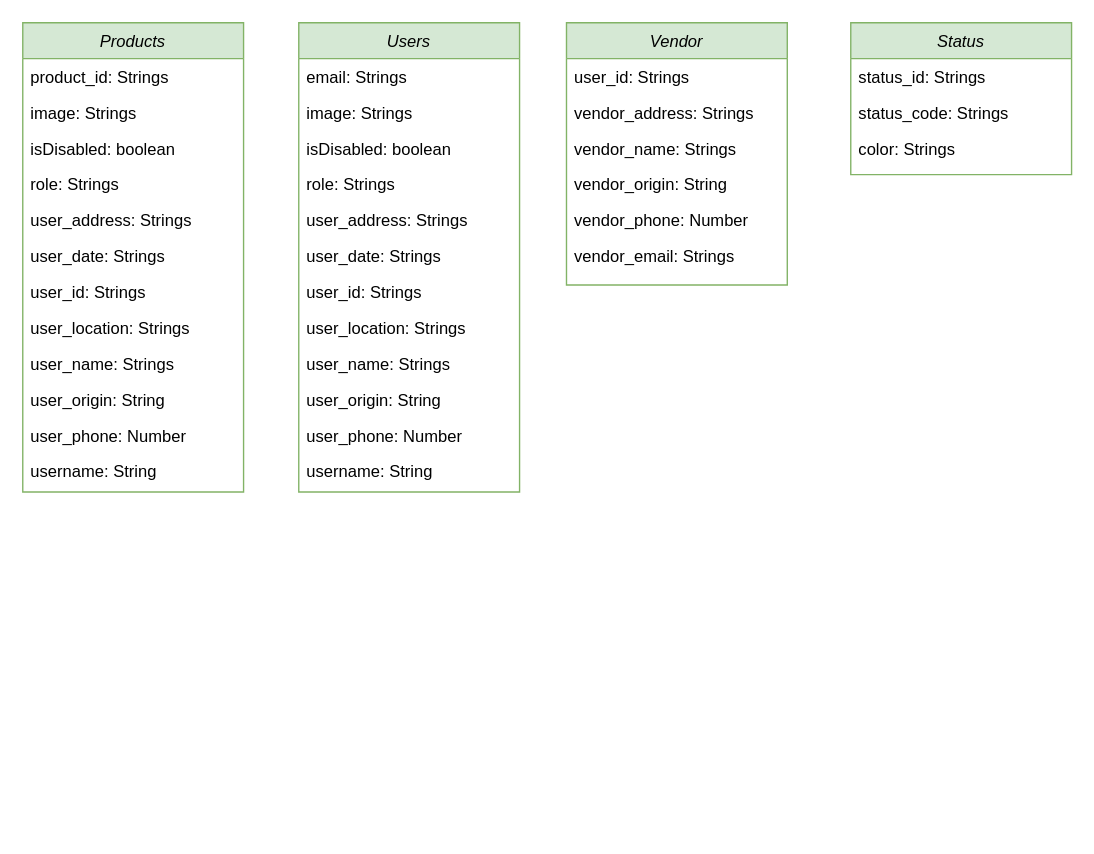
Above: database.drawio in nhuthinh0258/Usecase (draw.io), before the change. Source tidied: cells renumbered, new cells numbered last; positions are measured from the earlier drawing's top-left corner, leaving out a move shared by most shapes. Both pictures are drawn from the tidied source at 138%, with x=0, y=0 at pixel (22, 22).
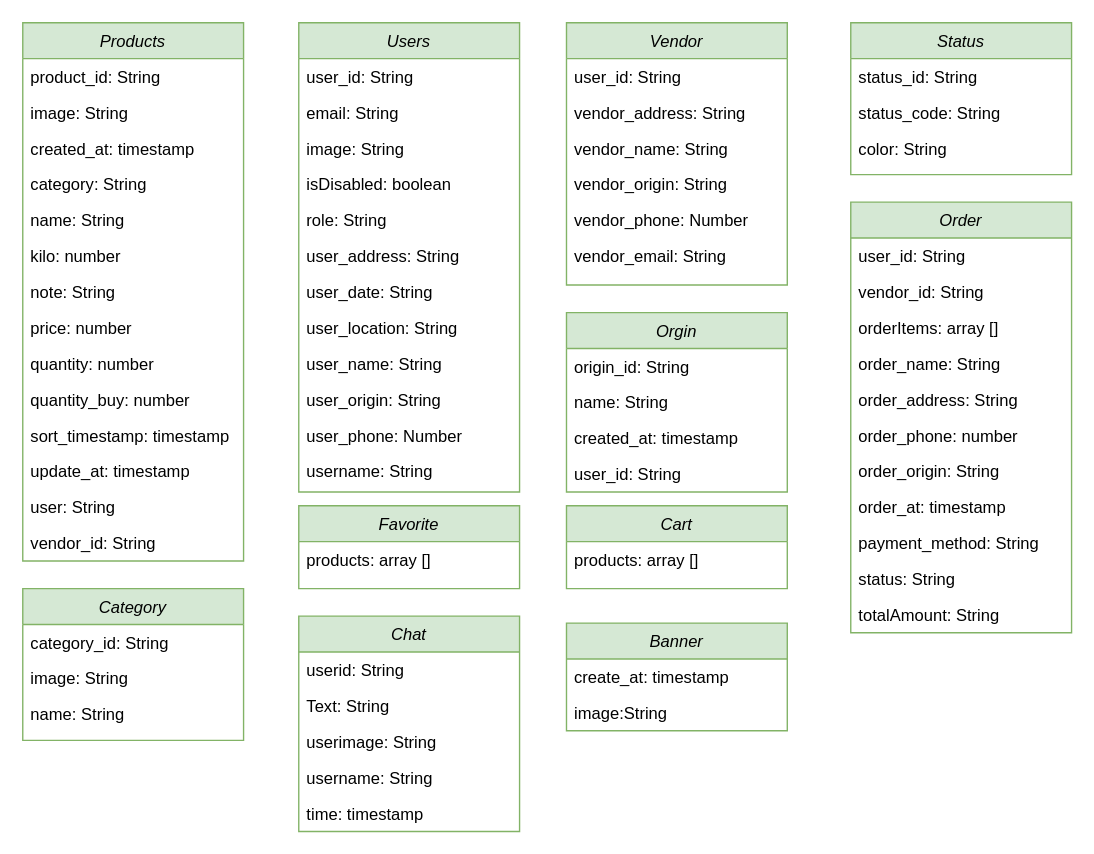
Above is the later version.

Commit message:
Cập nhật database.drawio

The change refers to these unchanged cells:
```xml
<mxCell id="2" value="Users" style="swimlane;fontStyle=2;align=center;verticalAlign=top;horizontal=1;startSize=26;rounded=0;shadow=0;strokeWidth=1;labelBackgroundColor=none;labelBorderColor=none;fillColor=#d5e8d4;strokeColor=#82b366;" parent="1" vertex="1">
  <mxGeometry x="200" width="160" height="340" as="geometry" />
</mxCell>
<mxCell id="15" value="Vendor" style="swimlane;fontStyle=2;align=center;verticalAlign=top;horizontal=1;startSize=26;rounded=0;shadow=0;strokeWidth=1;labelBackgroundColor=none;labelBorderColor=none;fillColor=#d5e8d4;strokeColor=#82b366;" parent="1" vertex="1">
  <mxGeometry x="394" width="160" height="190" as="geometry" />
</mxCell>
<mxCell id="22" value="Status" style="swimlane;fontStyle=2;align=center;verticalAlign=top;horizontal=1;startSize=26;rounded=0;shadow=0;strokeWidth=1;labelBackgroundColor=none;labelBorderColor=none;fillColor=#d5e8d4;strokeColor=#82b366;" parent="1" vertex="1">
  <mxGeometry x="600" width="160" height="110" as="geometry" />
</mxCell>
```

The edit, as a diff of the source:
```diff
@@
+    <mxCell id="9" value="user_id: String" style="text;align=left;verticalAlign=top;spacingLeft=4;spacingRight=4;overflow=hidden;rounded=0;shadow=0;html=0;" parent="2" vertex="1">
+      <mxGeometry y="26" width="160" height="26" as="geometry" />
+    </mxCell>
-    <mxCell id="3" value="email: Strings" style="text;align=left;verticalAlign=top;spacingLeft=4;spacingRight=4;overflow=hidden;rounded=0;shadow=0;html=0;" parent="2" vertex="1">
-      <mxGeometry y="26" width="160" height="26" as="geometry" />
+    <mxCell id="3" value="email: String" style="text;align=left;verticalAlign=top;spacingLeft=4;spacingRight=4;overflow=hidden;rounded=0;shadow=0;html=0;" parent="2" vertex="1">
+      <mxGeometry y="52" width="160" height="26" as="geometry" />
     </mxCell>
-    <mxCell id="4" value="image: Strings" style="text;align=left;verticalAlign=top;spacingLeft=4;spacingRight=4;overflow=hidden;" parent="2" vertex="1">
-      <mxGeometry y="52" width="160" height="26" as="geometry" />
+    <mxCell id="4" value="image: String" style="text;align=left;verticalAlign=top;spacingLeft=4;spacingRight=4;overflow=hidden;" parent="2" vertex="1">
+      <mxGeometry y="78" width="160" height="26" as="geometry" />
     </mxCell>
     <mxCell id="5" value="isDisabled: boolean" style="text;align=left;verticalAlign=top;spacingLeft=4;spacingRight=4;overflow=hidden;rounded=0;shadow=0;html=0;" parent="2" vertex="1">
-      <mxGeometry y="78" width="160" height="26" as="geometry" />
+      <mxGeometry y="104" width="160" height="26" as="geometry" />
     </mxCell>
-    <mxCell id="6" value="role: Strings" style="text;align=left;verticalAlign=top;spacingLeft=4;spacingRight=4;overflow=hidden;rounded=0;shadow=0;html=0;" parent="2" vertex="1">
-      <mxGeometry y="104" width="160" height="26" as="geometry" />
+    <mxCell id="6" value="role: String" style="text;align=left;verticalAlign=top;spacingLeft=4;spacingRight=4;overflow=hidden;rounded=0;shadow=0;html=0;" parent="2" vertex="1">
+      <mxGeometry y="130" width="160" height="26" as="geometry" />
     </mxCell>
-    <mxCell id="7" value="user_address: Strings" style="text;align=left;verticalAlign=top;spacingLeft=4;spacingRight=4;overflow=hidden;rounded=0;shadow=0;html=0;" parent="2" vertex="1">
-      <mxGeometry y="130" width="160" height="26" as="geometry" />
+    <mxCell id="7" value="user_address: String" style="text;align=left;verticalAlign=top;spacingLeft=4;spacingRight=4;overflow=hidden;rounded=0;shadow=0;html=0;" parent="2" vertex="1">
+      <mxGeometry y="156" width="160" height="26" as="geometry" />
     </mxCell>
-    <mxCell id="8" value="user_date: Strings" style="text;align=left;verticalAlign=top;spacingLeft=4;spacingRight=4;overflow=hidden;rounded=0;shadow=0;html=0;" parent="2" vertex="1">
-      <mxGeometry y="156" width="160" height="26" as="geometry" />
+    <mxCell id="8" value="user_date: String" style="text;align=left;verticalAlign=top;spacingLeft=4;spacingRight=4;overflow=hidden;rounded=0;shadow=0;html=0;" parent="2" vertex="1">
+      <mxGeometry y="182" width="160" height="26" as="geometry" />
     </mxCell>
-    <mxCell id="9" value="user_id: Strings" style="text;align=left;verticalAlign=top;spacingLeft=4;spacingRight=4;overflow=hidden;rounded=0;shadow=0;html=0;" parent="2" vertex="1">
-      <mxGeometry y="182" width="160" height="26" as="geometry" />
-    </mxCell>
-    <mxCell id="10" value="user_location: Strings" style="text;align=left;verticalAlign=top;spacingLeft=4;spacingRight=4;overflow=hidden;rounded=0;shadow=0;html=0;" parent="2" vertex="1">
+    <mxCell id="10" value="user_location: String" style="text;align=left;verticalAlign=top;spacingLeft=4;spacingRight=4;overflow=hidden;rounded=0;shadow=0;html=0;" parent="2" vertex="1">
       <mxGeometry y="208" width="160" height="26" as="geometry" />
     </mxCell>
-    <mxCell id="11" value="user_name: Strings" style="text;align=left;verticalAlign=top;spacingLeft=4;spacingRight=4;overflow=hidden;rounded=0;shadow=0;html=0;" parent="2" vertex="1">
+    <mxCell id="11" value="user_name: String" style="text;align=left;verticalAlign=top;spacingLeft=4;spacingRight=4;overflow=hidden;rounded=0;shadow=0;html=0;" parent="2" vertex="1">
       <mxGeometry y="234" width="160" height="26" as="geometry" />
     </mxCell>
@@
-    <mxCell id="16" value="user_id: Strings" style="text;align=left;verticalAlign=top;spacingLeft=4;spacingRight=4;overflow=hidden;rounded=0;shadow=0;html=0;" parent="15" vertex="1">
+    <mxCell id="16" value="user_id: String" style="text;align=left;verticalAlign=top;spacingLeft=4;spacingRight=4;overflow=hidden;rounded=0;shadow=0;html=0;" parent="15" vertex="1">
       <mxGeometry y="26" width="160" height="26" as="geometry" />
     </mxCell>
-    <mxCell id="17" value="vendor_address: Strings" style="text;align=left;verticalAlign=top;spacingLeft=4;spacingRight=4;overflow=hidden;rounded=0;shadow=0;html=0;" parent="15" vertex="1">
+    <mxCell id="17" value="vendor_address: String" style="text;align=left;verticalAlign=top;spacingLeft=4;spacingRight=4;overflow=hidden;rounded=0;shadow=0;html=0;" parent="15" vertex="1">
       <mxGeometry y="52" width="160" height="26" as="geometry" />
     </mxCell>
-    <mxCell id="18" value="vendor_name: Strings" style="text;align=left;verticalAlign=top;spacingLeft=4;spacingRight=4;overflow=hidden;rounded=0;shadow=0;html=0;" parent="15" vertex="1">
+    <mxCell id="18" value="vendor_name: String" style="text;align=left;verticalAlign=top;spacingLeft=4;spacingRight=4;overflow=hidden;rounded=0;shadow=0;html=0;" parent="15" vertex="1">
       <mxGeometry y="78" width="160" height="26" as="geometry" />
     </mxCell>
@@
-    <mxCell id="21" value="vendor_email: Strings" style="text;align=left;verticalAlign=top;spacingLeft=4;spacingRight=4;overflow=hidden;rounded=0;shadow=0;html=0;" parent="15" vertex="1">
+    <mxCell id="21" value="vendor_email: String" style="text;align=left;verticalAlign=top;spacingLeft=4;spacingRight=4;overflow=hidden;rounded=0;shadow=0;html=0;" parent="15" vertex="1">
       <mxGeometry y="156" width="160" height="26" as="geometry" />
     </mxCell>
@@
-    <mxCell id="23" value="status_id: Strings" style="text;align=left;verticalAlign=top;spacingLeft=4;spacingRight=4;overflow=hidden;rounded=0;shadow=0;html=0;" parent="22" vertex="1">
+    <mxCell id="23" value="status_id: String" style="text;align=left;verticalAlign=top;spacingLeft=4;spacingRight=4;overflow=hidden;rounded=0;shadow=0;html=0;" parent="22" vertex="1">
       <mxGeometry y="26" width="160" height="26" as="geometry" />
     </mxCell>
-    <mxCell id="24" value="status_code: Strings" style="text;align=left;verticalAlign=top;spacingLeft=4;spacingRight=4;overflow=hidden;rounded=0;shadow=0;html=0;" parent="22" vertex="1">
+    <mxCell id="24" value="status_code: String" style="text;align=left;verticalAlign=top;spacingLeft=4;spacingRight=4;overflow=hidden;rounded=0;shadow=0;html=0;" parent="22" vertex="1">
       <mxGeometry y="52" width="160" height="26" as="geometry" />
     </mxCell>
-    <mxCell id="25" value="color: Strings" style="text;align=left;verticalAlign=top;spacingLeft=4;spacingRight=4;overflow=hidden;rounded=0;shadow=0;html=0;" parent="22" vertex="1">
+    <mxCell id="25" value="color: String" style="text;align=left;verticalAlign=top;spacingLeft=4;spacingRight=4;overflow=hidden;rounded=0;shadow=0;html=0;" parent="22" vertex="1">
       <mxGeometry y="78" width="160" height="26" as="geometry" />
     </mxCell>
     <mxCell id="26" value="Products" style="swimlane;fontStyle=2;align=center;verticalAlign=top;horizontal=1;startSize=26;rounded=0;shadow=0;strokeWidth=1;labelBackgroundColor=none;labelBorderColor=none;fillColor=#d5e8d4;strokeColor=#82b366;" parent="1" vertex="1">
-      <mxGeometry width="160" height="340" as="geometry" />
+      <mxGeometry width="160" height="390" as="geometry" />
     </mxCell>
-    <mxCell id="27" value="product_id: Strings" style="text;align=left;verticalAlign=top;spacingLeft=4;spacingRight=4;overflow=hidden;rounded=0;shadow=0;html=0;" parent="26" vertex="1">
+    <mxCell id="27" value="product_id: String" style="text;align=left;verticalAlign=top;spacingLeft=4;spacingRight=4;overflow=hidden;rounded=0;shadow=0;html=0;" parent="26" vertex="1">
       <mxGeometry y="26" width="160" height="26" as="geometry" />
     </mxCell>
-    <mxCell id="28" value="image: Strings" style="text;align=left;verticalAlign=top;spacingLeft=4;spacingRight=4;overflow=hidden;" parent="26" vertex="1">
+    <mxCell id="28" value="image: String" style="text;align=left;verticalAlign=top;spacingLeft=4;spacingRight=4;overflow=hidden;" parent="26" vertex="1">
       <mxGeometry y="52" width="160" height="26" as="geometry" />
     </mxCell>
-    <mxCell id="29" value="isDisabled: boolean" style="text;align=left;verticalAlign=top;spacingLeft=4;spacingRight=4;overflow=hidden;rounded=0;shadow=0;html=0;" parent="26" vertex="1">
+    <mxCell id="29" value="created_at: timestamp" style="text;align=left;verticalAlign=top;spacingLeft=4;spacingRight=4;overflow=hidden;rounded=0;shadow=0;html=0;" parent="26" vertex="1">
       <mxGeometry y="78" width="160" height="26" as="geometry" />
     </mxCell>
-    <mxCell id="30" value="role: Strings" style="text;align=left;verticalAlign=top;spacingLeft=4;spacingRight=4;overflow=hidden;rounded=0;shadow=0;html=0;" parent="26" vertex="1">
+    <mxCell id="30" value="category: String" style="text;align=left;verticalAlign=top;spacingLeft=4;spacingRight=4;overflow=hidden;rounded=0;shadow=0;html=0;" parent="26" vertex="1">
       <mxGeometry y="104" width="160" height="26" as="geometry" />
     </mxCell>
-    <mxCell id="31" value="user_address: Strings" style="text;align=left;verticalAlign=top;spacingLeft=4;spacingRight=4;overflow=hidden;rounded=0;shadow=0;html=0;" parent="26" vertex="1">
+    <mxCell id="31" value="name: String" style="text;align=left;verticalAlign=top;spacingLeft=4;spacingRight=4;overflow=hidden;rounded=0;shadow=0;html=0;" parent="26" vertex="1">
       <mxGeometry y="130" width="160" height="26" as="geometry" />
     </mxCell>
-    <mxCell id="32" value="user_date: Strings" style="text;align=left;verticalAlign=top;spacingLeft=4;spacingRight=4;overflow=hidden;rounded=0;shadow=0;html=0;" parent="26" vertex="1">
+    <mxCell id="32" value="kilo: number" style="text;align=left;verticalAlign=top;spacingLeft=4;spacingRight=4;overflow=hidden;rounded=0;shadow=0;html=0;" parent="26" vertex="1">
       <mxGeometry y="156" width="160" height="26" as="geometry" />
     </mxCell>
-    <mxCell id="33" value="user_id: Strings" style="text;align=left;verticalAlign=top;spacingLeft=4;spacingRight=4;overflow=hidden;rounded=0;shadow=0;html=0;" parent="26" vertex="1">
+    <mxCell id="33" value="note: String" style="text;align=left;verticalAlign=top;spacingLeft=4;spacingRight=4;overflow=hidden;rounded=0;shadow=0;html=0;" parent="26" vertex="1">
       <mxGeometry y="182" width="160" height="26" as="geometry" />
     </mxCell>
-    <mxCell id="34" value="user_location: Strings" style="text;align=left;verticalAlign=top;spacingLeft=4;spacingRight=4;overflow=hidden;rounded=0;shadow=0;html=0;" parent="26" vertex="1">
+    <mxCell id="34" value="price: number" style="text;align=left;verticalAlign=top;spacingLeft=4;spacingRight=4;overflow=hidden;rounded=0;shadow=0;html=0;" parent="26" vertex="1">
       <mxGeometry y="208" width="160" height="26" as="geometry" />
     </mxCell>
-    <mxCell id="35" value="user_name: Strings" style="text;align=left;verticalAlign=top;spacingLeft=4;spacingRight=4;overflow=hidden;rounded=0;shadow=0;html=0;" parent="26" vertex="1">
+    <mxCell id="35" value="quantity: number" style="text;align=left;verticalAlign=top;spacingLeft=4;spacingRight=4;overflow=hidden;rounded=0;shadow=0;html=0;" parent="26" vertex="1">
       <mxGeometry y="234" width="160" height="26" as="geometry" />
     </mxCell>
-    <mxCell id="36" value="user_origin: String" style="text;align=left;verticalAlign=top;spacingLeft=4;spacingRight=4;overflow=hidden;rounded=0;shadow=0;html=0;" parent="26" vertex="1">
+    <mxCell id="36" value="quantity_buy: number" style="text;align=left;verticalAlign=top;spacingLeft=4;spacingRight=4;overflow=hidden;rounded=0;shadow=0;html=0;" parent="26" vertex="1">
       <mxGeometry y="260" width="160" height="26" as="geometry" />
     </mxCell>
-    <mxCell id="37" value="user_phone: Number" style="text;align=left;verticalAlign=top;spacingLeft=4;spacingRight=4;overflow=hidden;rounded=0;shadow=0;html=0;" parent="26" vertex="1">
+    <mxCell id="37" value="sort_timestamp: timestamp" style="text;align=left;verticalAlign=top;spacingLeft=4;spacingRight=4;overflow=hidden;rounded=0;shadow=0;html=0;" parent="26" vertex="1">
       <mxGeometry y="286" width="160" height="26" as="geometry" />
     </mxCell>
-    <mxCell id="38" value="username: String" style="text;align=left;verticalAlign=top;spacingLeft=4;spacingRight=4;overflow=hidden;rounded=0;shadow=0;html=0;" parent="26" vertex="1">
+    <mxCell id="38" value="update_at: timestamp" style="text;align=left;verticalAlign=top;spacingLeft=4;spacingRight=4;overflow=hidden;rounded=0;shadow=0;html=0;" parent="26" vertex="1">
       <mxGeometry y="312" width="160" height="26" as="geometry" />
     </mxCell>
+    <mxCell id="39" value="user: String" style="text;align=left;verticalAlign=top;spacingLeft=4;spacingRight=4;overflow=hidden;rounded=0;shadow=0;html=0;" parent="26" vertex="1">
+      <mxGeometry y="338" width="160" height="26" as="geometry" />
+    </mxCell>
+    <mxCell id="40" value="vendor_id: String" style="text;align=left;verticalAlign=top;spacingLeft=4;spacingRight=4;overflow=hidden;rounded=0;shadow=0;html=0;" parent="26" vertex="1">
+      <mxGeometry y="364" width="160" height="26" as="geometry" />
+    </mxCell>
+    <mxCell id="41" value="Orgin" style="swimlane;fontStyle=2;align=center;verticalAlign=top;horizontal=1;startSize=26;rounded=0;shadow=0;strokeWidth=1;labelBackgroundColor=none;labelBorderColor=none;fillColor=#d5e8d4;strokeColor=#82b366;" parent="1" vertex="1">
+      <mxGeometry x="394" y="210" width="160" height="130" as="geometry" />
+    </mxCell>
+    <mxCell id="42" value="origin_id: String" style="text;align=left;verticalAlign=top;spacingLeft=4;spacingRight=4;overflow=hidden;rounded=0;shadow=0;html=0;" parent="41" vertex="1">
+      <mxGeometry y="26" width="160" height="26" as="geometry" />
+    </mxCell>
+    <mxCell id="43" value="name: String" style="text;align=left;verticalAlign=top;spacingLeft=4;spacingRight=4;overflow=hidden;rounded=0;shadow=0;html=0;" parent="41" vertex="1">
+      <mxGeometry y="52" width="160" height="26" as="geometry" />
+    </mxCell>
+    <mxCell id="44" value="created_at: timestamp" style="text;align=left;verticalAlign=top;spacingLeft=4;spacingRight=4;overflow=hidden;rounded=0;shadow=0;html=0;" parent="41" vertex="1">
+      <mxGeometry y="78" width="160" height="26" as="geometry" />
+    </mxCell>
+    <mxCell id="45" value="user_id: String" style="text;align=left;verticalAlign=top;spacingLeft=4;spacingRight=4;overflow=hidden;rounded=0;shadow=0;html=0;" parent="41" vertex="1">
+      <mxGeometry y="104" width="160" height="26" as="geometry" />
+    </mxCell>
+    <mxCell id="46" value="Order" style="swimlane;fontStyle=2;align=center;verticalAlign=top;horizontal=1;startSize=26;rounded=0;shadow=0;strokeWidth=1;labelBackgroundColor=none;labelBorderColor=none;fillColor=#d5e8d4;strokeColor=#82b366;" parent="1" vertex="1">
+      <mxGeometry x="600" y="130" width="160" height="312" as="geometry" />
+    </mxCell>
+    <mxCell id="47" value="user_id: String" style="text;align=left;verticalAlign=top;spacingLeft=4;spacingRight=4;overflow=hidden;rounded=0;shadow=0;html=0;" parent="46" vertex="1">
+      <mxGeometry y="26" width="160" height="26" as="geometry" />
+    </mxCell>
+    <mxCell id="48" value="vendor_id: String" style="text;align=left;verticalAlign=top;spacingLeft=4;spacingRight=4;overflow=hidden;rounded=0;shadow=0;html=0;" parent="46" vertex="1">
+      <mxGeometry y="52" width="160" height="26" as="geometry" />
+    </mxCell>
+    <mxCell id="49" value="orderItems: array []" style="text;align=left;verticalAlign=top;spacingLeft=4;spacingRight=4;overflow=hidden;rounded=0;shadow=0;html=0;" parent="46" vertex="1">
+      <mxGeometry y="78" width="160" height="26" as="geometry" />
+    </mxCell>
+    <mxCell id="50" value="order_name: String" style="text;align=left;verticalAlign=top;spacingLeft=4;spacingRight=4;overflow=hidden;rounded=0;shadow=0;html=0;" parent="46" vertex="1">
+      <mxGeometry y="104" width="160" height="26" as="geometry" />
+    </mxCell>
+    <mxCell id="51" value="order_address: String" style="text;align=left;verticalAlign=top;spacingLeft=4;spacingRight=4;overflow=hidden;rounded=0;shadow=0;html=0;" parent="46" vertex="1">
+      <mxGeometry y="130" width="160" height="26" as="geometry" />
+    </mxCell>
+    <mxCell id="52" value="order_phone: number" style="text;align=left;verticalAlign=top;spacingLeft=4;spacingRight=4;overflow=hidden;rounded=0;shadow=0;html=0;" parent="46" vertex="1">
+      <mxGeometry y="156" width="160" height="26" as="geometry" />
+    </mxCell>
+    <mxCell id="53" value="order_origin: String" style="text;align=left;verticalAlign=top;spacingLeft=4;spacingRight=4;overflow=hidden;rounded=0;shadow=0;html=0;" parent="46" vertex="1">
+      <mxGeometry y="182" width="160" height="26" as="geometry" />
+    </mxCell>
+    <mxCell id="54" value="order_at: timestamp" style="text;align=left;verticalAlign=top;spacingLeft=4;spacingRight=4;overflow=hidden;rounded=0;shadow=0;html=0;" parent="46" vertex="1">
+      <mxGeometry y="208" width="160" height="26" as="geometry" />
+    </mxCell>
+    <mxCell id="55" value="payment_method: String" style="text;align=left;verticalAlign=top;spacingLeft=4;spacingRight=4;overflow=hidden;rounded=0;shadow=0;html=0;" parent="46" vertex="1">
+      <mxGeometry y="234" width="160" height="26" as="geometry" />
+    </mxCell>
+    <mxCell id="56" value="status: String" style="text;align=left;verticalAlign=top;spacingLeft=4;spacingRight=4;overflow=hidden;rounded=0;shadow=0;html=0;" parent="46" vertex="1">
+      <mxGeometry y="260" width="160" height="26" as="geometry" />
+    </mxCell>
+    <mxCell id="57" value="totalAmount: String" style="text;align=left;verticalAlign=top;spacingLeft=4;spacingRight=4;overflow=hidden;rounded=0;shadow=0;html=0;" parent="46" vertex="1">
+      <mxGeometry y="286" width="160" height="26" as="geometry" />
+    </mxCell>
+    <mxCell id="58" value="Favorite" style="swimlane;fontStyle=2;align=center;verticalAlign=top;horizontal=1;startSize=26;rounded=0;shadow=0;strokeWidth=1;labelBackgroundColor=none;labelBorderColor=none;fillColor=#d5e8d4;strokeColor=#82b366;" parent="1" vertex="1">
+      <mxGeometry x="200" y="350" width="160" height="60" as="geometry" />
+    </mxCell>
+    <mxCell id="59" value="products: array []" style="text;align=left;verticalAlign=top;spacingLeft=4;spacingRight=4;overflow=hidden;rounded=0;shadow=0;html=0;" parent="58" vertex="1">
+      <mxGeometry y="26" width="160" height="26" as="geometry" />
+    </mxCell>
+    <mxCell id="60" value="Chat" style="swimlane;fontStyle=2;align=center;verticalAlign=top;horizontal=1;startSize=26;rounded=0;shadow=0;strokeWidth=1;labelBackgroundColor=none;labelBorderColor=none;fillColor=#d5e8d4;strokeColor=#82b366;" parent="1" vertex="1">
+      <mxGeometry x="200" y="430" width="160" height="156" as="geometry" />
+    </mxCell>
+    <mxCell id="61" value="userid: String" style="text;align=left;verticalAlign=top;spacingLeft=4;spacingRight=4;overflow=hidden;rounded=0;shadow=0;html=0;" parent="60" vertex="1">
+      <mxGeometry y="26" width="160" height="26" as="geometry" />
+    </mxCell>
+    <mxCell id="62" value="Text: String" style="text;align=left;verticalAlign=top;spacingLeft=4;spacingRight=4;overflow=hidden;rounded=0;shadow=0;html=0;" parent="60" vertex="1">
+      <mxGeometry y="52" width="160" height="26" as="geometry" />
+    </mxCell>
+    <mxCell id="63" value="userimage: String" style="text;align=left;verticalAlign=top;spacingLeft=4;spacingRight=4;overflow=hidden;rounded=0;shadow=0;html=0;" parent="60" vertex="1">
+      <mxGeometry y="78" width="160" height="26" as="geometry" />
+    </mxCell>
+    <mxCell id="64" value="username: String" style="text;align=left;verticalAlign=top;spacingLeft=4;spacingRight=4;overflow=hidden;rounded=0;shadow=0;html=0;" parent="60" vertex="1">
+      <mxGeometry y="104" width="160" height="26" as="geometry" />
+    </mxCell>
+    <mxCell id="65" value="time: timestamp" style="text;align=left;verticalAlign=top;spacingLeft=4;spacingRight=4;overflow=hidden;rounded=0;shadow=0;html=0;" parent="60" vertex="1">
+      <mxGeometry y="130" width="160" height="26" as="geometry" />
+    </mxCell>
+    <mxCell id="66" value="Category" style="swimlane;fontStyle=2;align=center;verticalAlign=top;horizontal=1;startSize=26;rounded=0;shadow=0;strokeWidth=1;labelBackgroundColor=none;labelBorderColor=none;fillColor=#d5e8d4;strokeColor=#82b366;" parent="1" vertex="1">
+      <mxGeometry y="410" width="160" height="110" as="geometry" />
+    </mxCell>
+    <mxCell id="67" value="category_id: String" style="text;align=left;verticalAlign=top;spacingLeft=4;spacingRight=4;overflow=hidden;rounded=0;shadow=0;html=0;" parent="66" vertex="1">
+      <mxGeometry y="26" width="160" height="26" as="geometry" />
+    </mxCell>
+    <mxCell id="68" value="image: String" style="text;align=left;verticalAlign=top;spacingLeft=4;spacingRight=4;overflow=hidden;rounded=0;shadow=0;html=0;" parent="66" vertex="1">
+      <mxGeometry y="52" width="160" height="26" as="geometry" />
+    </mxCell>
+    <mxCell id="69" value="name: String" style="text;align=left;verticalAlign=top;spacingLeft=4;spacingRight=4;overflow=hidden;rounded=0;shadow=0;html=0;" parent="66" vertex="1">
+      <mxGeometry y="78" width="160" height="26" as="geometry" />
+    </mxCell>
+    <mxCell id="70" value="Cart" style="swimlane;fontStyle=2;align=center;verticalAlign=top;horizontal=1;startSize=26;rounded=0;shadow=0;strokeWidth=1;labelBackgroundColor=none;labelBorderColor=none;fillColor=#d5e8d4;strokeColor=#82b366;" parent="1" vertex="1">
+      <mxGeometry x="394" y="350" width="160" height="60" as="geometry" />
+    </mxCell>
+    <mxCell id="71" value="products: array []" style="text;align=left;verticalAlign=top;spacingLeft=4;spacingRight=4;overflow=hidden;rounded=0;shadow=0;html=0;" parent="70" vertex="1">
+      <mxGeometry y="26" width="160" height="26" as="geometry" />
+    </mxCell>
+    <mxCell id="72" value="Banner" style="swimlane;fontStyle=2;align=center;verticalAlign=top;horizontal=1;startSize=26;rounded=0;shadow=0;strokeWidth=1;labelBackgroundColor=none;labelBorderColor=none;fillColor=#d5e8d4;strokeColor=#82b366;" parent="1" vertex="1">
+      <mxGeometry x="394" y="435" width="160" height="78" as="geometry" />
+    </mxCell>
+    <mxCell id="73" value="create_at: timestamp" style="text;align=left;verticalAlign=top;spacingLeft=4;spacingRight=4;overflow=hidden;rounded=0;shadow=0;html=0;" parent="72" vertex="1">
+      <mxGeometry y="26" width="160" height="26" as="geometry" />
+    </mxCell>
+    <mxCell id="74" value="image:String" style="text;align=left;verticalAlign=top;spacingLeft=4;spacingRight=4;overflow=hidden;rounded=0;shadow=0;html=0;" parent="72" vertex="1">
+      <mxGeometry y="52" width="160" height="26" as="geometry" />
+    </mxCell>
```
